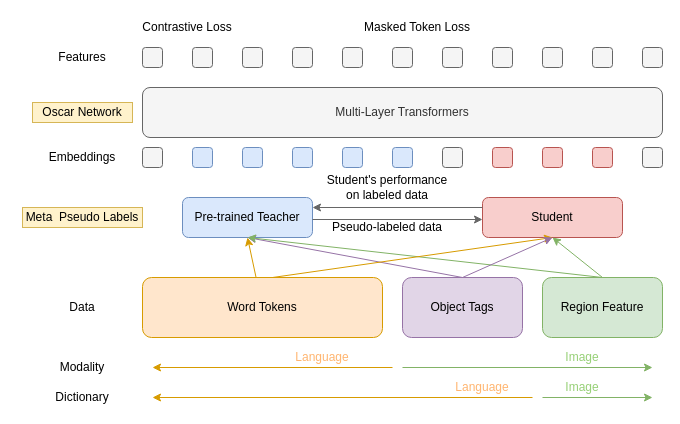
Before: Untitled Diagram.drawio in CharmonyShen/text-to-speech, a draw.io diagram. Source tidied: cells renumbered, new cells numbered last; positions are measured from the earlier drawing's top-left corner, leaving out a move shared by most shapes. Both pictures are drawn from the tidied source at 100%, with x=0, y=0 at pixel (22, 17).
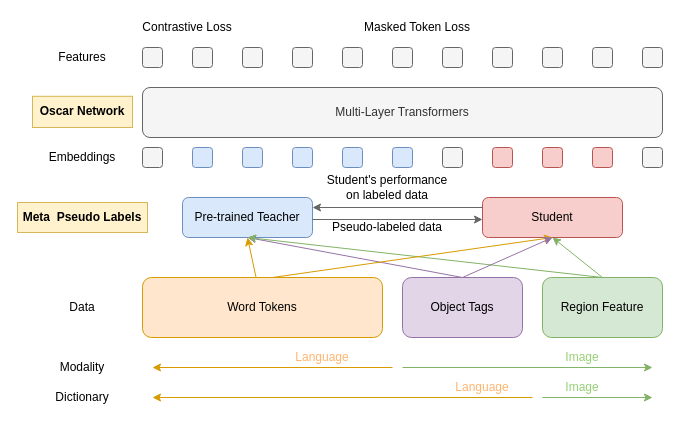
After the change.

Change to the diagram source:
```diff
@@
-    <mxCell id="10" value="Oscar Network" style="text;html=1;strokeColor=#d6b656;fillColor=#fff2cc;align=center;verticalAlign=middle;whiteSpace=wrap;rounded=0;" parent="1" vertex="1">
-      <mxGeometry x="10" y="85" width="100" height="20" as="geometry" />
+    <mxCell id="10" value="&lt;h4&gt;Oscar Network&lt;/h4&gt;" style="text;html=1;strokeColor=#d6b656;fillColor=#fff2cc;align=center;verticalAlign=middle;whiteSpace=wrap;rounded=0;" parent="1" vertex="1">
+      <mxGeometry x="10" y="78.8" width="100" height="31.2" as="geometry" />
     </mxCell>
@@
-    <mxCell id="56" value="Meta &amp;nbsp;Pseudo Labels" style="text;html=1;strokeColor=#d6b656;fillColor=#fff2cc;align=center;verticalAlign=middle;whiteSpace=wrap;rounded=0;" parent="1" vertex="1">
-      <mxGeometry y="190" width="120" height="20" as="geometry" />
+    <mxCell id="56" value="&lt;h4&gt;Meta &amp;nbsp;Pseudo Labels&lt;/h4&gt;" style="text;html=1;strokeColor=#d6b656;fillColor=#fff2cc;align=center;verticalAlign=middle;whiteSpace=wrap;rounded=0;" parent="1" vertex="1">
+      <mxGeometry x="-5" y="185" width="130" height="30" as="geometry" />
     </mxCell>
```
